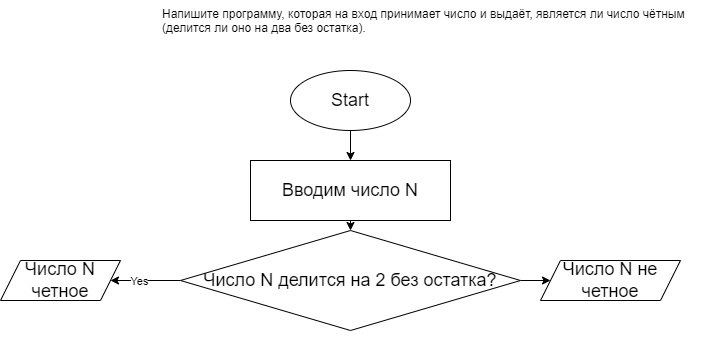
The draw.io diagram HomeWork01/Ex03/Ex03.drawio.png in NeoAdd/TestRepo13072022, before a commit. Source tidied: cells renumbered, new cells last; positions are measured from the earlier drawing's top-left corner, leaving out a move shared by most shapes. Its diagram source:
```xml
<mxGraphModel>
  <root>
    <mxCell id="0" />
    <mxCell id="1" parent="0" />
    <mxCell id="2" value="Напишите программу, которая на вход принимает число и выдаёт, является ли число чётным (делится ли оно на два без остатка)." style="text;whiteSpace=wrap;html=1;" parent="1" vertex="1">
      <mxGeometry x="160" width="550" height="40" as="geometry" />
    </mxCell>
    <mxCell id="3" style="edgeStyle=none;html=1;" parent="1" edge="1" source="4" target="6">
      <mxGeometry relative="1" as="geometry" />
    </mxCell>
    <mxCell id="4" value="Start" style="ellipse;whiteSpace=wrap;html=1;fontSize=18;" parent="1" vertex="1">
      <mxGeometry x="290" y="70" width="120" height="60" as="geometry" />
    </mxCell>
    <mxCell id="5" style="edgeStyle=none;html=1;" parent="1" edge="1" source="6">
      <mxGeometry relative="1" as="geometry">
        <mxPoint x="350" y="230" as="targetPoint" />
      </mxGeometry>
    </mxCell>
    <mxCell id="6" value="Вводим число N" style="whiteSpace=wrap;html=1;fontSize=18;" parent="1" vertex="1">
      <mxGeometry x="250" y="160" width="200" height="60" as="geometry" />
    </mxCell>
    <mxCell id="7" style="edgeStyle=none;html=1;" parent="1" edge="1" target="11">
      <mxGeometry relative="1" as="geometry">
        <mxPoint x="350" y="290" as="sourcePoint" />
      </mxGeometry>
    </mxCell>
    <mxCell id="8" style="edgeStyle=none;html=1;" parent="1" edge="1" source="11" target="12">
      <mxGeometry relative="1" as="geometry" />
    </mxCell>
    <mxCell id="9" value="Yes" style="edgeLabel;html=1;align=center;verticalAlign=middle;" parent="8" vertex="1">
      <mxGeometry x="0.19" relative="1" as="geometry" />
    </mxCell>
    <mxCell id="10" style="edgeStyle=none;html=1;" parent="1" edge="1" source="11" target="13">
      <mxGeometry relative="1" as="geometry" />
    </mxCell>
    <mxCell id="11" value="Число N делится на 2 без остатка?" style="rhombus;whiteSpace=wrap;html=1;fontSize=18;" parent="1" vertex="1">
      <mxGeometry x="180" y="230" width="340" height="100" as="geometry" />
    </mxCell>
    <mxCell id="12" value="Число N четное" style="shape=parallelogram;perimeter=parallelogramPerimeter;whiteSpace=wrap;html=1;fixedSize=1;fontSize=18;" parent="1" vertex="1">
      <mxGeometry y="260" width="120" height="40" as="geometry" />
    </mxCell>
    <mxCell id="13" value="Число N не четное" style="shape=parallelogram;perimeter=parallelogramPerimeter;whiteSpace=wrap;html=1;fixedSize=1;fontSize=18;" parent="1" vertex="1">
      <mxGeometry x="540" y="260" width="140" height="40" as="geometry" />
    </mxCell>
  </root>
</mxGraphModel>
```
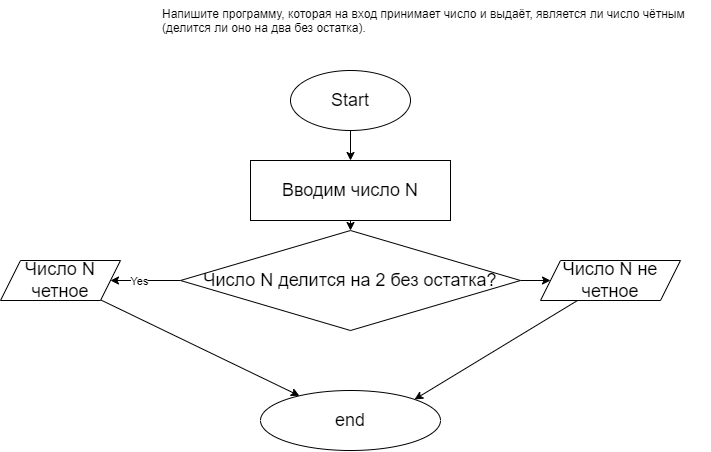
After the commit.

Diff of the diagram source:
```diff
@@ -36,11 +36,20 @@
     <mxCell id="11" value="Число N делится на 2 без остатка?" style="rhombus;whiteSpace=wrap;html=1;fontSize=18;" parent="1" vertex="1">
       <mxGeometry x="180" y="230" width="340" height="100" as="geometry" />
     </mxCell>
+    <mxCell id="14" style="edgeStyle=none;html=1;" parent="1" edge="1" source="12" target="16">
+      <mxGeometry relative="1" as="geometry" />
+    </mxCell>
     <mxCell id="12" value="Число N четное" style="shape=parallelogram;perimeter=parallelogramPerimeter;whiteSpace=wrap;html=1;fixedSize=1;fontSize=18;" parent="1" vertex="1">
       <mxGeometry y="260" width="120" height="40" as="geometry" />
     </mxCell>
+    <mxCell id="15" style="edgeStyle=none;html=1;entryX=1;entryY=0;entryDx=0;entryDy=0;" parent="1" edge="1" source="13" target="16">
+      <mxGeometry relative="1" as="geometry" />
+    </mxCell>
     <mxCell id="13" value="Число N не четное" style="shape=parallelogram;perimeter=parallelogramPerimeter;whiteSpace=wrap;html=1;fixedSize=1;fontSize=18;" parent="1" vertex="1">
       <mxGeometry x="540" y="260" width="140" height="40" as="geometry" />
     </mxCell>
+    <mxCell id="16" value="end" style="ellipse;whiteSpace=wrap;html=1;fontSize=18;" parent="1" vertex="1">
+      <mxGeometry x="260" y="390" width="180" height="60" as="geometry" />
+    </mxCell>
   </root>
 </mxGraphModel>
```
